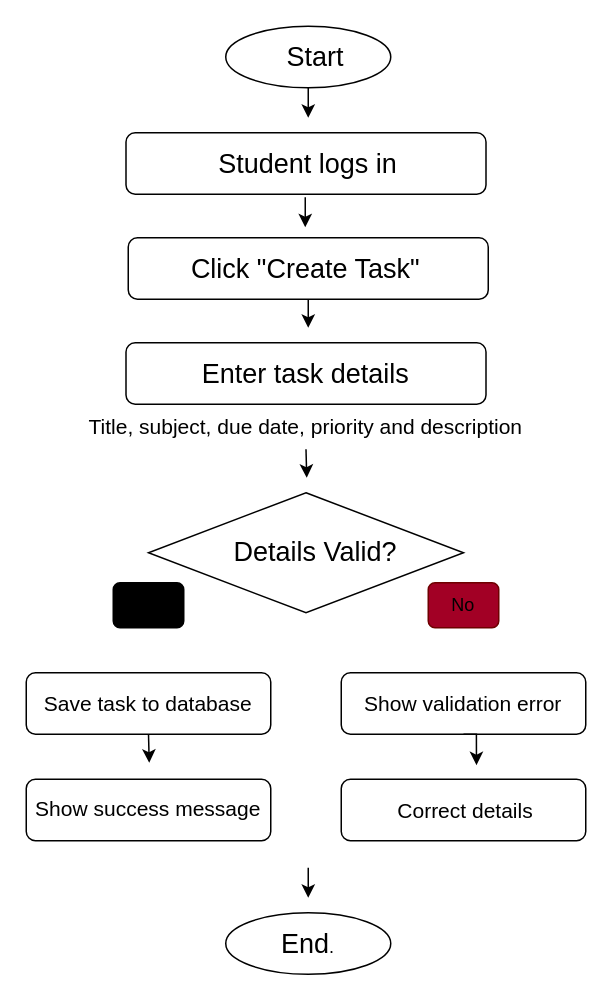
Above: 03_UML_Diagrams/StudyFlow_Create_Task_Activity_Diagram.drawio in roligupta-05/StudyFlow (draw.io), before the change. Source tidied: cells renumbered, new cells numbered last; positions are measured from the earlier drawing's top-left corner, leaving out a move shared by most shapes. Both pictures are drawn from the tidied source at 150%, with x=0, y=0 at pixel (26, 26).
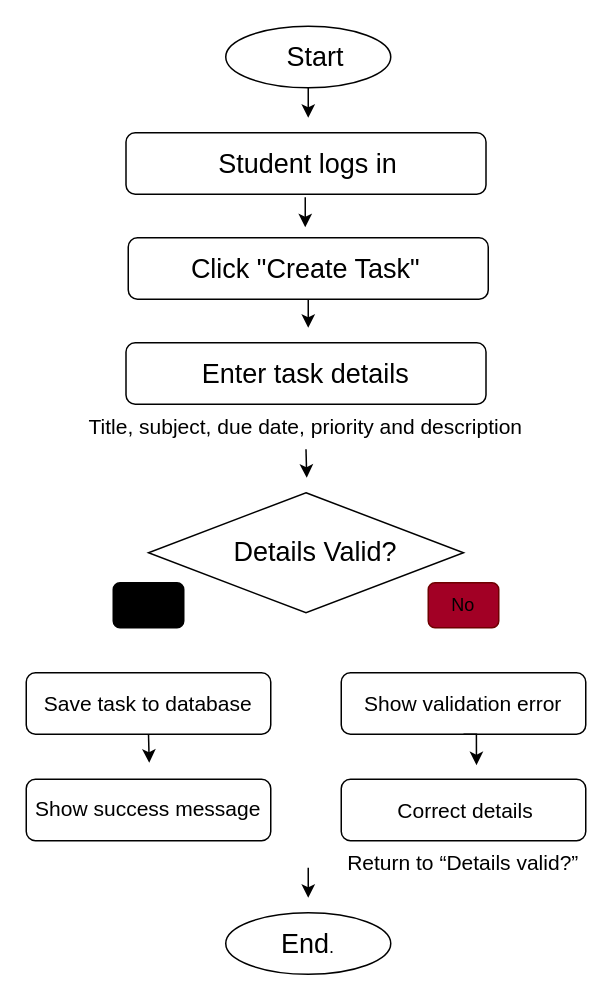
After the change.

Commit message (it also covers changes not shown here):
docs: refine create task activity diagram

What changed in the source:
```diff
@@
+    <mxCell id="31" value="&lt;font style=&quot;font-size: 14px;&quot;&gt;&lt;span&gt;Return &lt;/span&gt;&lt;span&gt;to &lt;/span&gt;&lt;span&gt;“Details &lt;/span&gt;&lt;span&gt;valid?”&lt;/span&gt;&lt;/font&gt;" style="text;html=1;whiteSpace=wrap;strokeColor=none;fillColor=none;align=center;verticalAlign=middle;rounded=0;" parent="1" vertex="1">
+      <mxGeometry x="210" y="543" width="163" height="30" as="geometry" />
+    </mxCell>
```
